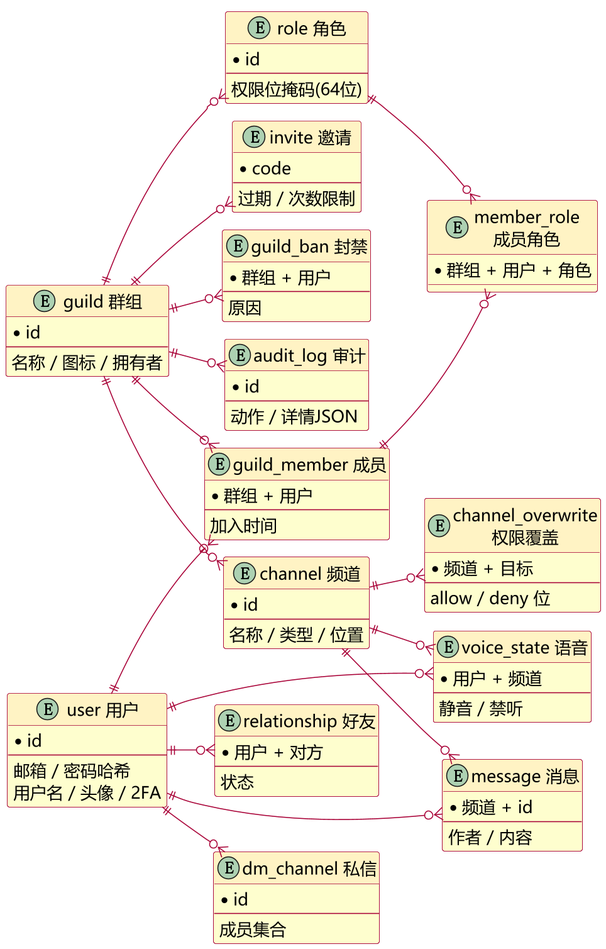
Earlier version of the PlantUML export docs/figures/fig4-2-er.png (Siegfried-Crowley/Chorus). Its diagram source:
```plantuml
@startuml fig4-2-er
!pragma layout smetana
left to right direction
skinparam backgroundColor #FFFFFF
skinparam defaultFontName "Microsoft YaHei"
skinparam defaultFontSize 17
skinparam nodesep 12
skinparam ranksep 30
skinparam shadowing false
skinparam dpi 150
skinparam ArrowColor #A80036
skinparam class {
  BackgroundColor #FEFECE
  BorderColor #A80036
  FontColor #000000
  HeaderBackgroundColor #FFF3C4
}

entity "user 用户" as user {
  * id
  --
  邮箱 / 密码哈希
  用户名 / 头像 / 2FA
}
entity "guild 群组" as guild {
  * id
  --
  名称 / 图标 / 拥有者
}
entity "guild_member 成员" as gm {
  * 群组 + 用户
  --
  加入时间
}
entity "channel 频道" as ch {
  * id
  --
  名称 / 类型 / 位置
}
entity "message 消息" as msg {
  * 频道 + id
  --
  作者 / 内容
}
entity "role 角色" as role {
  * id
  --
  权限位掩码(64位)
}
entity "member_role\n成员角色" as mr {
  * 群组 + 用户 + 角色
}
entity "channel_overwrite\n权限覆盖" as ov {
  * 频道 + 目标
  --
  allow / deny 位
}
entity "relationship 好友" as rel {
  * 用户 + 对方
  --
  状态
}
entity "dm_channel 私信" as dm {
  * id
  --
  成员集合
}
entity "invite 邀请" as inv {
  * code
  --
  过期 / 次数限制
}
entity "guild_ban 封禁" as ban {
  * 群组 + 用户
  --
  原因
}
entity "audit_log 审计" as audit {
  * id
  --
  动作 / 详情JSON
}
entity "voice_state 语音" as vs {
  * 用户 + 频道
  --
  静音 / 禁听
}

guild ||--o{ gm
user ||--o{ gm
guild ||--o{ ch
guild ||--o{ role
guild ||--o{ inv
guild ||--o{ ban
guild ||--o{ audit
ch ||--o{ msg
ch ||--o{ ov
user ||--o{ msg
role ||--o{ mr
gm ||--o{ mr
user ||--o{ vs
ch ||--o{ vs
user ||--o{ rel
user ||--o{ dm
@enduml
```
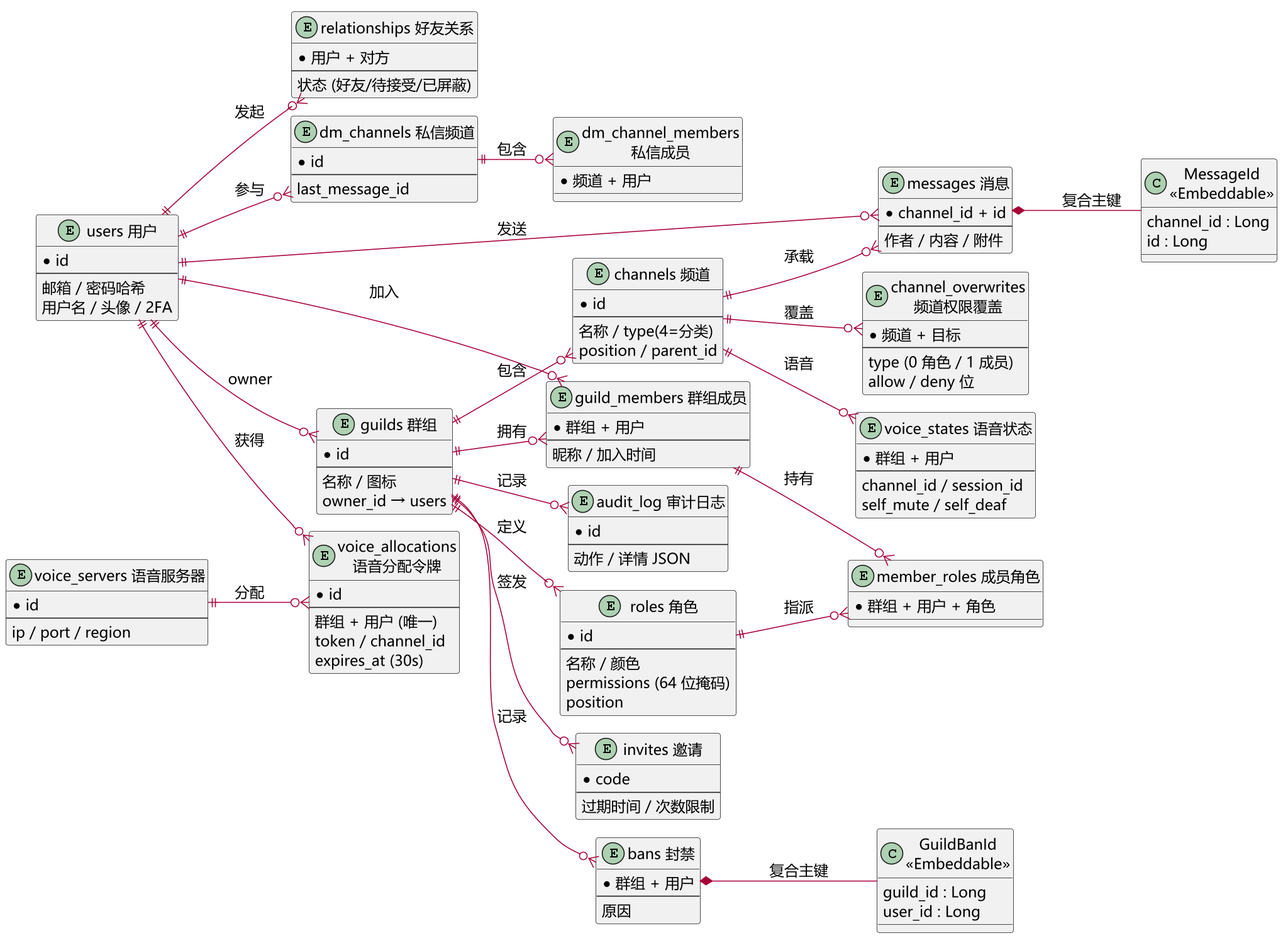
After the commit.

Change to the diagram source:
```diff
@@ -3,103 +3,141 @@
 left to right direction
 skinparam backgroundColor #FFFFFF
 skinparam defaultFontName "Microsoft YaHei"
-skinparam defaultFontSize 17
+skinparam defaultFontSize 15
 skinparam nodesep 12
 skinparam ranksep 30
 skinparam shadowing false
 skinparam dpi 150
 skinparam ArrowColor #A80036
-skinparam class {
+skinparam entity {
   BackgroundColor #FEFECE
   BorderColor #A80036
   FontColor #000000
   HeaderBackgroundColor #FFF3C4
 }
 
-entity "user 用户" as user {
+entity "users 用户" as users {
   * id
   --
   邮箱 / 密码哈希
   用户名 / 头像 / 2FA
 }
-entity "guild 群组" as guild {
+entity "relationships 好友关系" as relationships {
+  * 用户 + 对方
+  --
+  状态 (好友/待接受/已屏蔽)
+}
+entity "dm_channels 私信频道" as dm_channels {
   * id
   --
-  名称 / 图标 / 拥有者
+  last_message_id
 }
-entity "guild_member 成员" as gm {
+entity "dm_channel_members\n私信成员" as dm_channel_members {
+  * 频道 + 用户
+}
+
+entity "guilds 群组" as guilds {
+  * id
+  --
+  名称 / 图标
+  owner_id → users
+}
+entity "guild_members 群组成员" as guild_members {
   * 群组 + 用户
   --
-  加入时间
+  昵称 / 加入时间
 }
-entity "channel 频道" as ch {
+entity "roles 角色" as roles {
   * id
   --
-  名称 / 类型 / 位置
+  名称 / 颜色
+  permissions (64 位掩码)
+  position
 }
-entity "message 消息" as msg {
-  * 频道 + id
-  --
-  作者 / 内容
-}
-entity "role 角色" as role {
+entity "channels 频道" as channels {
   * id
   --
-  权限位掩码(64位)
+  名称 / type(4=分类)
+  position / parent_id
 }
-entity "member_role\n成员角色" as mr {
-  * 群组 + 用户 + 角色
-}
-entity "channel_overwrite\n权限覆盖" as ov {
-  * 频道 + 目标
-  --
-  allow / deny 位
-}
-entity "relationship 好友" as rel {
-  * 用户 + 对方
-  --
-  状态
-}
-entity "dm_channel 私信" as dm {
-  * id
-  --
-  成员集合
-}
-entity "invite 邀请" as inv {
+entity "invites 邀请" as invites {
   * code
   --
-  过期 / 次数限制
+  过期时间 / 次数限制
 }
-entity "guild_ban 封禁" as ban {
+entity "bans 封禁" as bans {
   * 群组 + 用户
   --
   原因
 }
-entity "audit_log 审计" as audit {
+entity "audit_log 审计日志" as audit_log {
   * id
   --
-  动作 / 详情JSON
-}
-entity "voice_state 语音" as vs {
-  * 用户 + 频道
-  --
-  静音 / 禁听
+  动作 / 详情 JSON
 }
 
-guild ||--o{ gm
-user ||--o{ gm
-guild ||--o{ ch
-guild ||--o{ role
-guild ||--o{ inv
-guild ||--o{ ban
-guild ||--o{ audit
-ch ||--o{ msg
-ch ||--o{ ov
-user ||--o{ msg
-role ||--o{ mr
-gm ||--o{ mr
-user ||--o{ vs
-ch ||--o{ vs
-user ||--o{ rel
-user ||--o{ dm
+entity "messages 消息" as messages {
+  * channel_id + id
+  --
+  作者 / 内容 / 附件
+}
+entity "channel_overwrites\n频道权限覆盖" as channel_overwrites {
+  * 频道 + 目标
+  --
+  type (0 角色 / 1 成员)
+  allow / deny 位
+}
+entity "member_roles 成员角色" as member_roles {
+  * 群组 + 用户 + 角色
+}
+entity "voice_states 语音状态" as voice_states {
+  * 群组 + 用户
+  --
+  channel_id / session_id
+  self_mute / self_deaf
+}
+
+entity "voice_servers 语音服务器" as voice_servers {
+  * id
+  --
+  ip / port / region
+}
+entity "voice_allocations\n语音分配令牌" as voice_allocations {
+  * id
+  --
+  群组 + 用户 (唯一)
+  token / channel_id
+  expires_at (30s)
+}
+
+class "MessageId\n<<Embeddable>>" as MessageId {
+  channel_id : Long
+  id : Long
+}
+class "GuildBanId\n<<Embeddable>>" as GuildBanId {
+  guild_id : Long
+  user_id : Long
+}
+
+users ||--o{ guilds : owner
+users ||--o{ guild_members : 加入
+guilds ||--o{ guild_members : 拥有
+guilds ||--o{ roles : 定义
+guilds ||--o{ channels : 包含
+guilds ||--o{ invites : 签发
+guilds ||--o{ bans : 记录
+guilds ||--o{ audit_log : 记录
+channels ||--o{ messages : 承载
+channels ||--o{ channel_overwrites : 覆盖
+channels ||--o{ voice_states : 语音
+users ||--o{ messages : 发送
+roles ||--o{ member_roles : 指派
+guild_members ||--o{ member_roles : 持有
+users ||--o{ relationships : 发起
+users ||--o{ dm_channels : 参与
+dm_channels ||--o{ dm_channel_members : 包含
+users ||--o{ voice_allocations : 获得
+voice_servers ||--o{ voice_allocations : 分配
+messages *-- MessageId : 复合主键
+bans *-- GuildBanId : 复合主键
 @enduml
```
